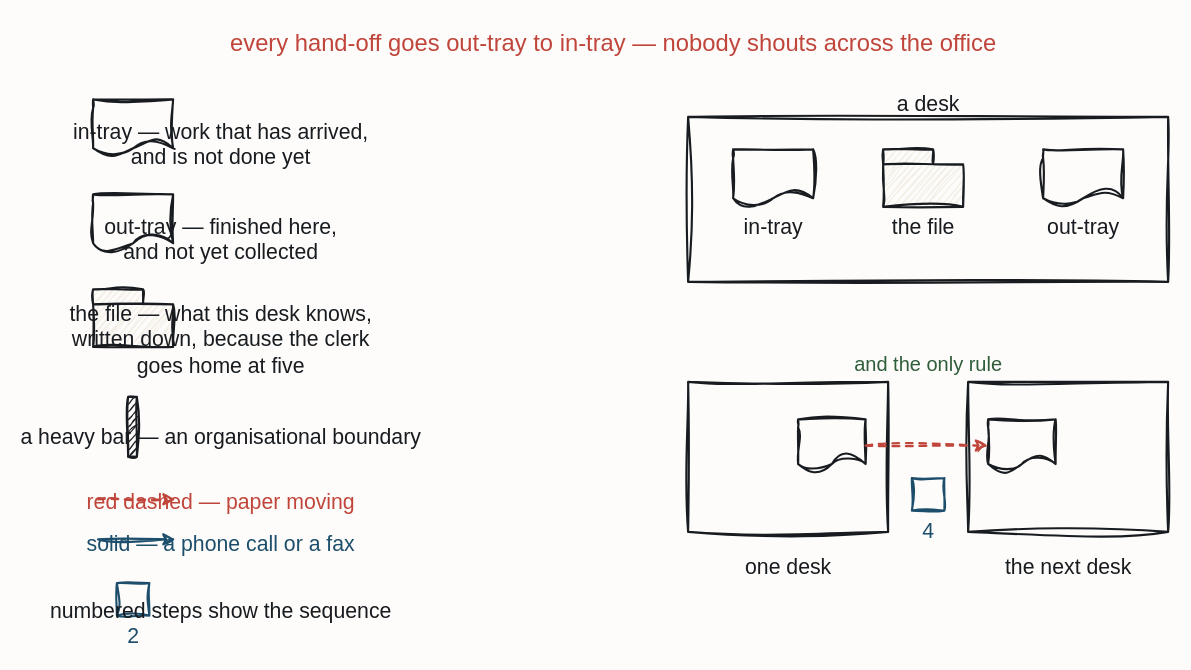
The draw.io diagram resources/paper-notation-key.drawio in iancooper/practical-messaging, before the edit. Source tidied: cells renumbered, new cells numbered last; positions are measured from the earlier drawing's top-left corner, leaving out a move shared by most shapes. Both pictures are drawn from the tidied source at 125%, with x=0, y=0 at pixel (92, 21).
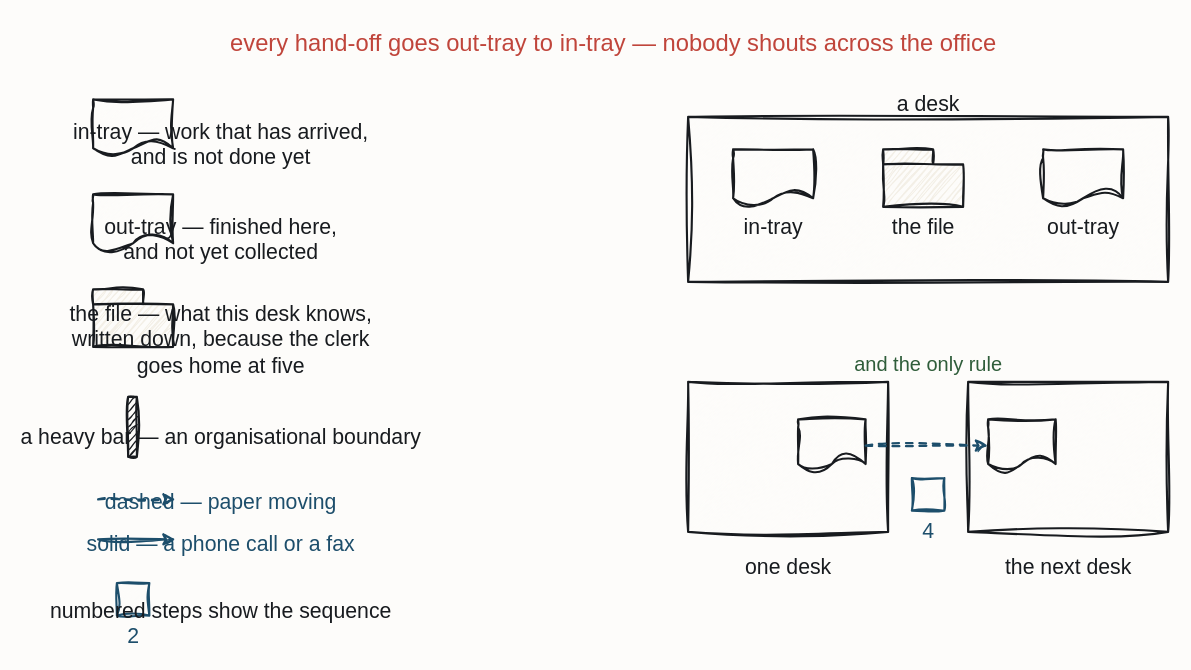
The same diagram, later.

Commit message (it also covers changes not shown here):
Paper Flow: paper moves in carbon, and red is spent once

The change refers to these unchanged cells:
```xml
<mxCell id="23" style="sketch=1;hachureGap=4;jiggle=2;curveFitting=1;fontFamily=Caveat;html=1;shape=document;boundedLbl=1;verticalLabelPosition=bottom;verticalAlign=top;strokeColor=#181B1F;strokeWidth=1.7;fillColor=#FDFCFA;fontColor=#181B1F;fontSize=13;" parent="1" vertex="1">
  <mxGeometry x="564" y="318" width="54" height="42" as="geometry" />
</mxCell>
<mxCell id="24" style="sketch=1;hachureGap=4;jiggle=2;curveFitting=1;fontFamily=Caveat;html=1;shape=document;boundedLbl=1;verticalLabelPosition=bottom;verticalAlign=top;strokeColor=#181B1F;strokeWidth=1.7;fillColor=#FDFCFA;fontColor=#181B1F;fontSize=13;" parent="1" vertex="1">
  <mxGeometry x="716" y="318" width="54" height="42" as="geometry" />
</mxCell>
```

Change to the diagram source:
```diff
@@
-    <mxCell id="11" value="red dashed — paper moving" style="text;html=1;align=center;fontFamily=Caveat;fontSize=17;fontColor=#C0453B;" parent="1" vertex="1">
+    <mxCell id="11" value="dashed — paper moving" style="text;html=1;align=center;fontFamily=Caveat;fontSize=17;fontColor=#1D4E6B;" parent="1" vertex="1">
       <mxGeometry x="42" y="368" width="120" height="20" as="geometry" />
     </mxCell>
@@
-    <mxCell id="28" style="sketch=1;jiggle=2;curveFitting=1;edgeStyle=none;rounded=0;strokeColor=#C0453B;strokeWidth=1.8;fontFamily=Caveat;fontSize=17;fontColor=#C0453B;html=1;dashed=1;" parent="1" edge="1">
+    <mxCell id="28" style="sketch=1;jiggle=2;curveFitting=1;edgeStyle=none;rounded=0;strokeColor=#1D4E6B;strokeWidth=1.8;fontFamily=Caveat;fontSize=17;fontColor=#1D4E6B;html=1;dashed=1;" parent="1" edge="1">
       <mxGeometry relative="1" as="geometry">
         <mxPoint x="4" y="382" as="sourcePoint" />
         <mxPoint x="66" y="382" as="targetPoint" />
       </mxGeometry>
     </mxCell>
@@
-    <mxCell id="30" style="sketch=1;jiggle=2;curveFitting=1;edgeStyle=none;rounded=0;strokeColor=#C0453B;strokeWidth=1.8;fontFamily=Caveat;fontSize=17;fontColor=#C0453B;html=1;dashed=1;exitX=1.0;exitY=0.5;exitDx=0;exitDy=0;entryX=0.0;entryY=0.5;entryDx=0;entryDy=0;" parent="1" edge="1" source="23" target="24">
+    <mxCell id="30" style="sketch=1;jiggle=2;curveFitting=1;edgeStyle=none;rounded=0;strokeColor=#1D4E6B;strokeWidth=1.8;fontFamily=Caveat;fontSize=17;fontColor=#1D4E6B;html=1;dashed=1;exitX=1.0;exitY=0.5;exitDx=0;exitDy=0;entryX=0.0;entryY=0.5;entryDx=0;entryDy=0;" parent="1" edge="1" source="23" target="24">
       <mxGeometry relative="1" as="geometry" />
     </mxCell>
```
